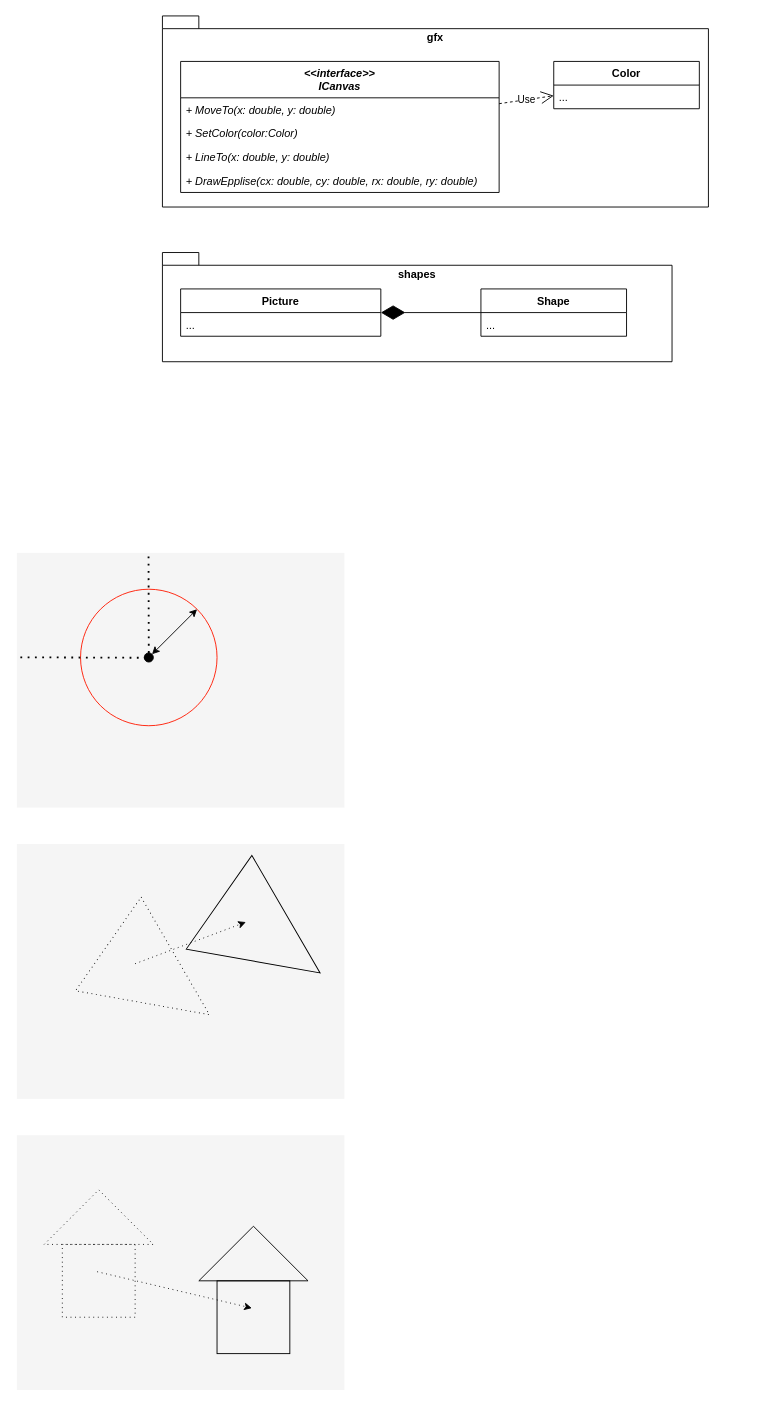
This is labs/01/illustrations/shapes.drawio from alexey-malov/ood, a draw.io file, before an edit. Source tidied: cells renumbered, new cells numbered last; positions are measured from the earlier drawing's top-left corner, leaving out a move shared by most shapes. Both pictures are drawn from the tidied source at 91%, with x=0, y=0 at pixel (16, 15).
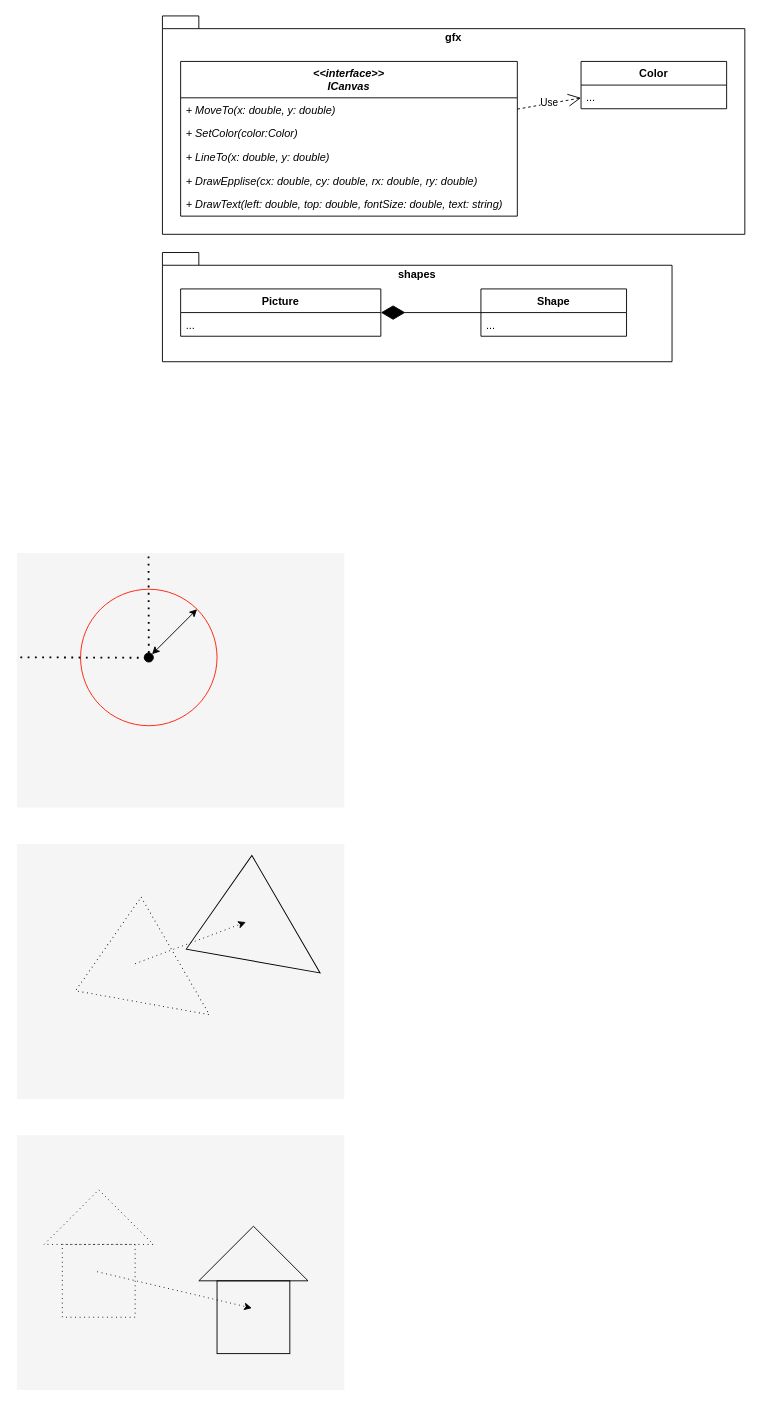
The same page after the edit.

Commit message (it also covers changes not shown here):
Обновил схему 1 лабораторной работы.

Diff of the diagram source:
```diff
@@
     <mxCell id="3" value="gfx" style="shape=folder;fontStyle=1;spacingTop=10;tabWidth=40;tabHeight=14;tabPosition=left;html=1;whiteSpace=wrap;verticalAlign=top;" parent="1" vertex="1">
-      <mxGeometry x="160" width="600" height="210" as="geometry" />
+      <mxGeometry x="160" width="640" height="240" as="geometry" />
     </mxCell>
     <mxCell id="4" value="&lt;&lt;interface&gt;&gt;&#10;ICanvas" style="swimlane;fontStyle=3;align=center;verticalAlign=top;horizontal=1;startSize=40;" parent="1" vertex="1">
-      <mxGeometry x="180" y="50" width="350" height="144" as="geometry" />
+      <mxGeometry x="180" y="50" width="370" height="170" as="geometry" />
     </mxCell>
     <mxCell id="5" value="+ MoveTo(x: double, y: double)" style="text;strokeColor=none;fillColor=none;align=left;verticalAlign=top;spacingLeft=4;spacingRight=4;overflow=hidden;fontStyle=2;" parent="4" vertex="1">
-      <mxGeometry y="40" width="350" height="26" as="geometry" />
+      <mxGeometry y="40" width="370" height="26" as="geometry" />
     </mxCell>
     <mxCell id="6" value="+ SetColor(color:Color)" style="text;strokeColor=none;fillColor=none;align=left;verticalAlign=top;spacingLeft=4;spacingRight=4;overflow=hidden;fontStyle=2;" parent="4" vertex="1">
-      <mxGeometry y="66" width="350" height="26" as="geometry" />
+      <mxGeometry y="66" width="370" height="26" as="geometry" />
     </mxCell>
     <mxCell id="7" value="+ LineTo(x: double, y: double)" style="text;strokeColor=none;fillColor=none;align=left;verticalAlign=top;spacingLeft=4;spacingRight=4;overflow=hidden;fontStyle=2;" parent="4" vertex="1">
-      <mxGeometry y="92" width="350" height="26" as="geometry" />
+      <mxGeometry y="92" width="370" height="26" as="geometry" />
     </mxCell>
     <mxCell id="8" value="+ DrawEpplise(cx: double, cy: double, rx: double, ry: double)" style="text;strokeColor=none;fillColor=none;align=left;verticalAlign=top;spacingLeft=4;spacingRight=4;overflow=hidden;fontStyle=2;" parent="4" vertex="1">
-      <mxGeometry y="118" width="350" height="26" as="geometry" />
+      <mxGeometry y="118" width="370" height="26" as="geometry" />
     </mxCell>
+    <mxCell id="33" value="+ DrawText(left: double, top: double, fontSize: double, text: string)" style="text;strokeColor=none;fillColor=none;align=left;verticalAlign=top;spacingLeft=4;spacingRight=4;overflow=hidden;fontStyle=2;" parent="4" vertex="1">
+      <mxGeometry y="144" width="370" height="26" as="geometry" />
+    </mxCell>
     <mxCell id="9" value="Color" style="swimlane;fontStyle=1;align=center;verticalAlign=top;horizontal=1;startSize=26;" parent="1" vertex="1">
-      <mxGeometry x="590" y="50" width="160" height="52" as="geometry" />
+      <mxGeometry x="620" y="50" width="160" height="52" as="geometry" />
     </mxCell>
```
